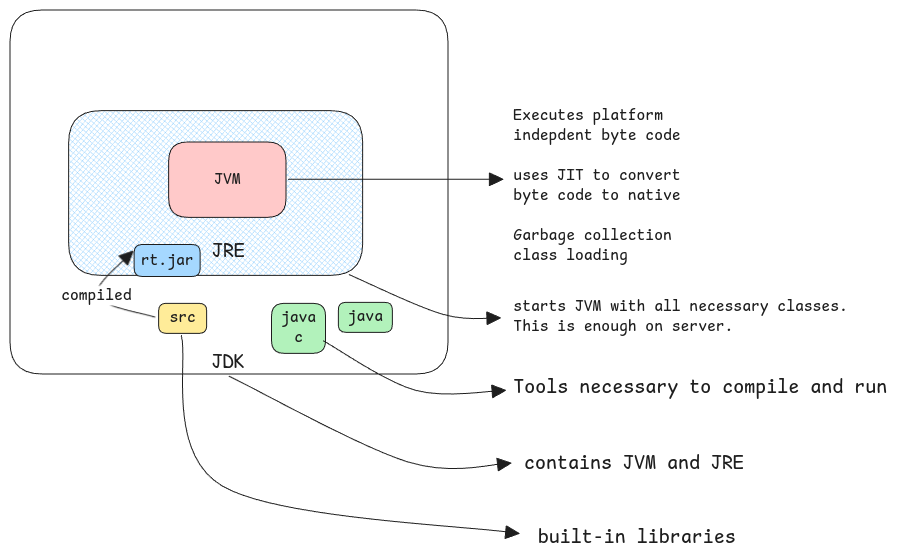
Earlier version of the Excalidraw export static/img/jdk-jre-jvm.excalidraw.png (swaroopar/inprogress-engineer). Source tidied: one line per element, renumbered; positions are measured from the earlier drawing's top-left corner, leaving out a move shared by most shapes.
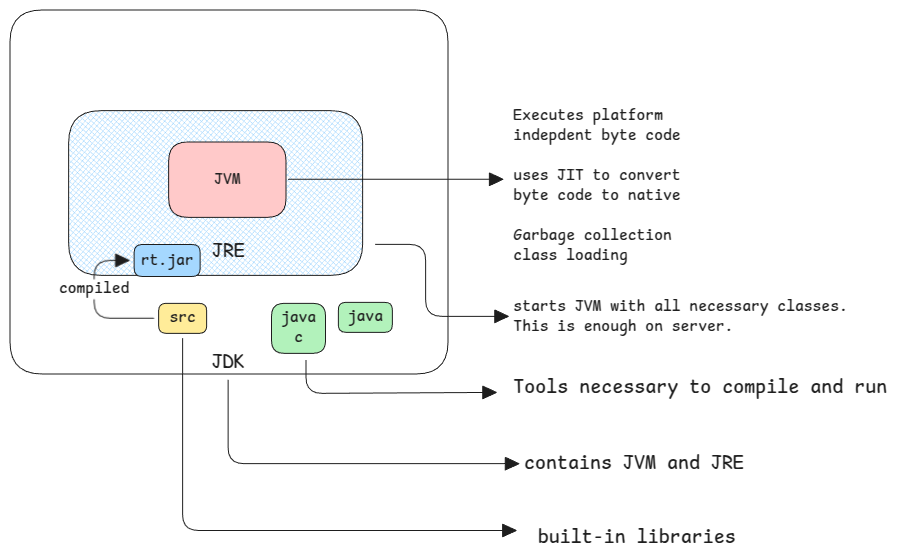
The same file after the commit.

Change to the diagram source:
```diff
@@ -9,18 +9,18 @@
 {"id": 8, "type": "text", "text": "java\nc", "strokeColor": "#1e1e1e", "strokeWidth": 2, "roughness": 1, "fontSize": 16, "fontFamily": 8, "textAlign": "center", "verticalAlign": "middle", "inside": 7, "x": 271, "y": 298, "width": 35, "height": 40}
 {"id": 9, "type": "rectangle", "strokeColor": "#1e1e1e", "backgroundColor": "#a5d8ff", "fillStyle": "solid", "strokeWidth": 1, "roughness": 0, "round": true, "x": 124, "y": 235, "width": 66, "height": 32}
 {"id": 10, "type": "text", "text": "rt.jar", "strokeColor": "#1e1e1e", "strokeWidth": 2, "roughness": 1, "fontSize": 16, "fontFamily": 8, "textAlign": "center", "verticalAlign": "middle", "inside": 9, "x": 131, "y": 241, "width": 53, "height": 20}
-{"id": 11, "type": "arrow", "strokeColor": "#1e1e1e", "strokeWidth": 1, "roughness": 0, "endArrowhead": "triangle", "round": true, "from": 5, "to": 9, "x": 145, "y": 307, "width": 58, "height": 66, "points": [[0, 0], [-58, -22], [-22, -66]]}
+{"id": 11, "type": "arrow", "strokeColor": "#1e1e1e", "strokeWidth": 1, "roughness": 0, "endArrowhead": "triangle", "from": 5, "to": 9, "x": 144, "y": 308, "width": 60, "height": 58, "points": [[0, 0], [-60, 0], [-60, -58], [-25, -58]]}
 {"id": 12, "type": "text", "text": "compiled", "strokeColor": "#1e1e1e", "strokeWidth": 2, "roughness": 1, "fontSize": 16, "fontFamily": 8, "textAlign": "center", "verticalAlign": "middle", "inside": 11, "x": 48, "y": 259, "width": 70, "height": 20}
 {"id": 13, "type": "arrow", "strokeColor": "#1e1e1e", "strokeWidth": 1, "roughness": 0, "endArrowhead": "triangle", "round": true, "x": 278, "y": 169, "width": 215, "height": 0, "points": [[0, 0], [215, 0]]}
 {"id": 14, "type": "text", "text": "Executes platform\nindepdent byte code\n\nuses JIT to convert\nbyte code to native\n\nGarbage collection\nclass loading", "strokeColor": "#1e1e1e", "strokeWidth": 1, "roughness": 0, "fontSize": 16, "fontFamily": 8, "x": 503, "y": 96, "width": 167, "height": 160}
 {"id": 15, "type": "rectangle", "strokeColor": "#1e1e1e", "backgroundColor": "#b2f2bb", "fillStyle": "solid", "strokeWidth": 1, "roughness": 0, "round": true, "x": 328, "y": 292, "width": 54, "height": 30}
 {"id": 16, "type": "text", "text": "java", "strokeColor": "#1e1e1e", "strokeWidth": 2, "roughness": 1, "fontSize": 16, "fontFamily": 8, "textAlign": "center", "verticalAlign": "middle", "inside": 15, "x": 338, "y": 297, "width": 35, "height": 20}
-{"id": 17, "type": "arrow", "strokeColor": "#1e1e1e", "strokeWidth": 1, "roughness": 0, "endArrowhead": "triangle", "round": true, "to": 18, "x": 339, "y": 265, "width": 151, "height": 43, "points": [[0, 0], [94, 40], [151, 43]]}
+{"id": 17, "type": "arrow", "strokeColor": "#1e1e1e", "strokeWidth": 1, "roughness": 0, "endArrowhead": "triangle", "from": 0, "to": 18, "x": 365, "y": 234, "width": 133, "height": 72, "points": [[0, 0], [50, 0], [50, 72], [133, 72]]}
 {"id": 18, "type": "text", "text": "starts JVM with all necessary classes.\nThis is enough on server.", "strokeColor": "#1e1e1e", "strokeWidth": 1, "roughness": 0, "fontSize": 16, "fontFamily": 8, "x": 503, "y": 287, "width": 334, "height": 40}
 {"id": 19, "type": "rectangle", "strokeColor": "#1e1e1e", "strokeWidth": 1, "roughness": 0, "round": true, "x": 0, "y": 0, "width": 438, "height": 364}
-{"id": 20, "type": "arrow", "strokeColor": "#1e1e1e", "strokeWidth": 1, "roughness": 0, "endArrowhead": "triangle", "round": true, "from": 5, "x": 171, "y": 326, "width": 338, "height": 198, "points": [[0, 0], [41, 151], [338, 198]]}
+{"id": 20, "type": "arrow", "strokeColor": "#1e1e1e", "strokeWidth": 1, "roughness": 0, "endArrowhead": "triangle", "from": 5, "x": 173, "y": 328, "width": 334, "height": 192, "points": [[0, 0], [0, 192], [334, 192]]}
-{"id": 21, "type": "arrow", "strokeColor": "#1e1e1e", "strokeWidth": 1, "roughness": 0, "endArrowhead": "triangle", "round": true, "from": 19, "to": 22, "x": 219, "y": 366, "width": 282, "height": 87, "points": [[0, 0], [179, 86], [282, 87]]}
+{"id": 21, "type": "arrow", "strokeColor": "#1e1e1e", "strokeWidth": 1, "roughness": 0, "endArrowhead": "triangle", "from": 19, "to": 22, "x": 218, "y": 370, "width": 291, "height": 84, "points": [[0, 0], [0, 84], [291, 84]]}
 {"id": 22, "type": "text", "text": "contains JVM and JRE", "strokeColor": "#1e1e1e", "strokeWidth": 1, "roughness": 0, "fontSize": 20, "fontFamily": 8, "x": 514, "y": 441, "width": 220, "height": 25}
-{"id": 23, "type": "arrow", "strokeColor": "#1e1e1e", "strokeWidth": 1, "roughness": 0, "endArrowhead": "triangle", "round": true, "from": 7, "to": 24, "x": 313, "y": 331, "width": 182, "height": 49, "points": [[0, 0], [92, 49], [182, 49]]}
+{"id": 23, "type": "arrow", "strokeColor": "#1e1e1e", "strokeWidth": 1, "roughness": 0, "endArrowhead": "triangle", "from": 7, "to": 24, "x": 296, "y": 350, "width": 190, "height": 33, "points": [[0, 0], [0, 33], [190, 32]]}
 {"id": 24, "type": "text", "text": "Tools necessary to compile and run", "strokeColor": "#1e1e1e", "strokeWidth": 1, "roughness": 0, "fontSize": 20, "fontFamily": 8, "x": 503, "y": 365, "width": 374, "height": 25}
 {"id": 25, "type": "text", "text": "built-in libraries", "strokeColor": "#1e1e1e", "strokeWidth": 1, "roughness": 0, "fontSize": 20, "fontFamily": 8, "x": 528, "y": 515, "width": 198, "height": 25}
```
